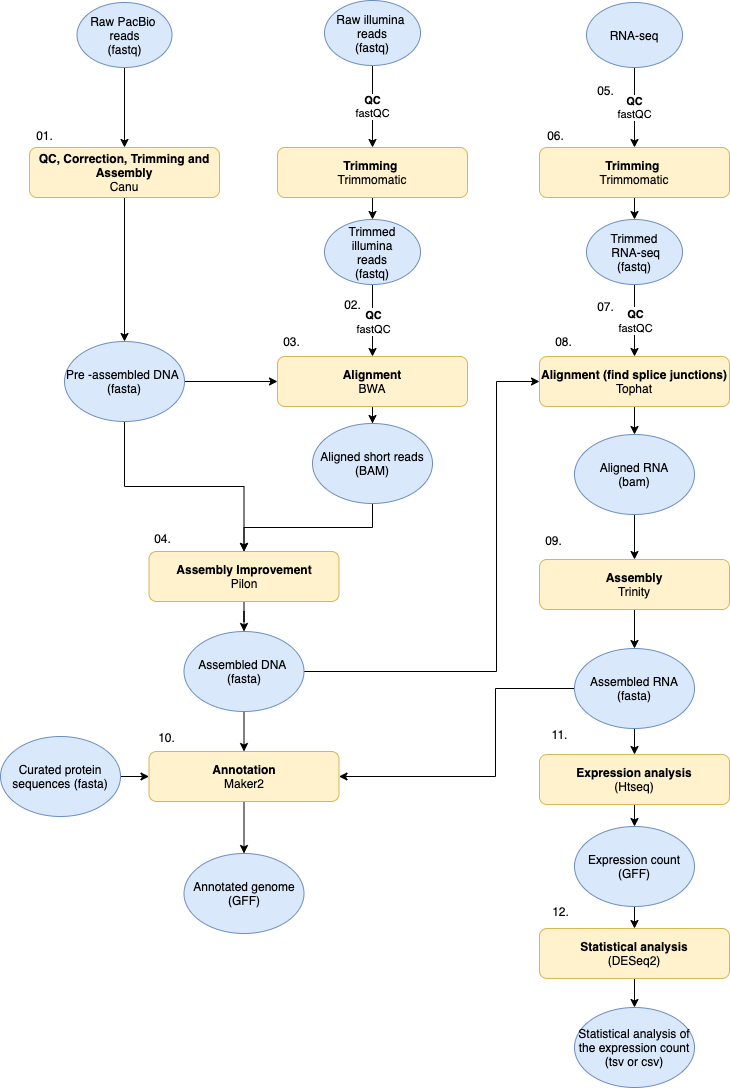
Before: images/Project_plan.png, a diagram exported from draw.io (erik-burger/erik_burger_genome_analysis). Source tidied: cells renumbered, new cells last; positions are measured from the earlier drawing's top-left corner, leaving out a move shared by most shapes.
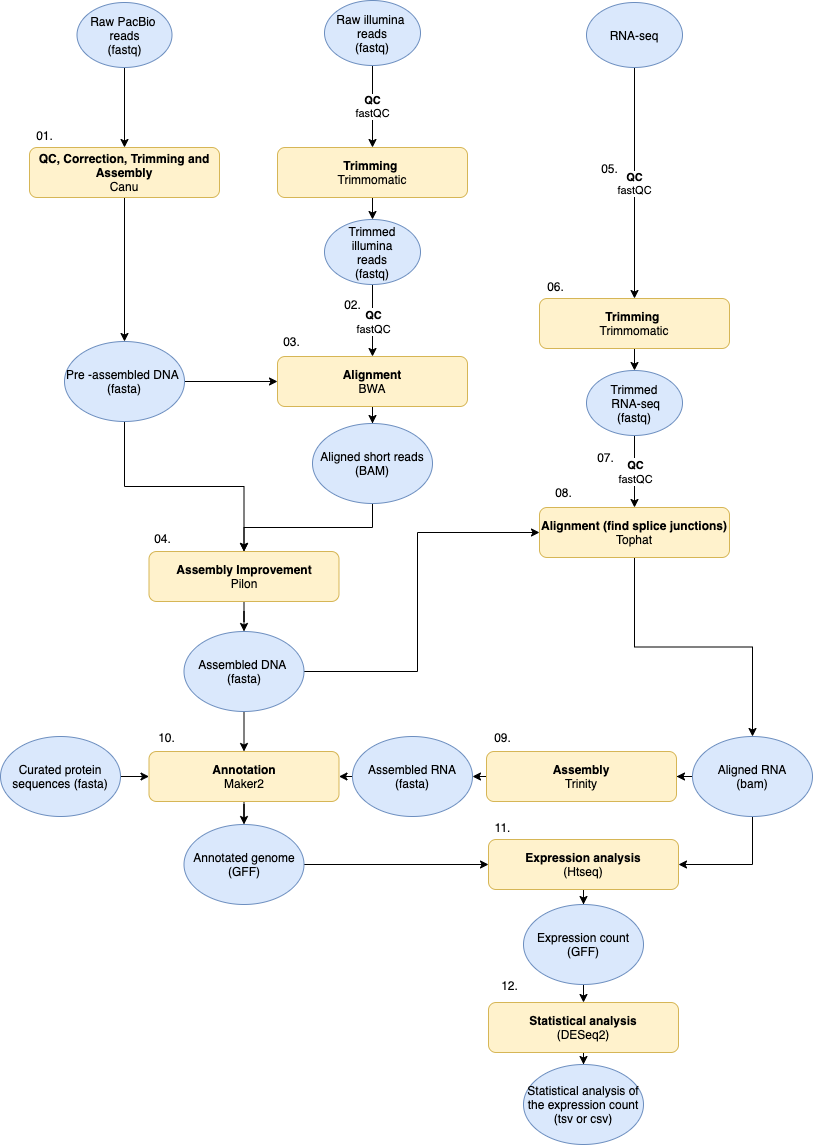
Later version of the same file.

Diff of the diagram source:
```diff
@@ -50,8 +50,8 @@
     <mxCell id="17" style="edgeStyle=orthogonalEdgeStyle;rounded=0;jettySize=auto;html=1;entryX=0;entryY=0.5;entryDx=0;entryDy=0;" parent="1" edge="1" source="18" target="22">
       <mxGeometry relative="1" as="geometry">
         <Array as="points">
-          <mxPoint x="496" y="671" />
-          <mxPoint x="496" y="381" />
+          <mxPoint x="417" y="671" />
+          <mxPoint x="417" y="532" />
         </Array>
       </mxGeometry>
     </mxCell>
@@ -68,16 +68,19 @@
       <mxGeometry relative="1" as="geometry" />
     </mxCell>
     <mxCell id="22" value="&lt;b&gt;Alignment (find splice junctions)&lt;/b&gt;&lt;br&gt;Tophat" style="rounded=1;whiteSpace=wrap;html=1;fillColor=#fff2cc;strokeColor=#d6b656;" parent="1" vertex="1">
-      <mxGeometry x="539" y="356" width="190" height="50" as="geometry" />
+      <mxGeometry x="539" y="507" width="190" height="50" as="geometry" />
     </mxCell>
     <mxCell id="23" value="&lt;span style=&quot;color: rgba(0 , 0 , 0 , 0) ; font-family: monospace ; font-size: 0px&quot;&gt;%3CmxGraphModel%3E%3Croot%3E%3CmxCell%20id%3D%220%22%2F%3E%3CmxCell%20id%3D%221%22%20parent%3D%220%22%2F%3E%3CmxCell%20id%3D%222%22%20value%3D%22QC%20and%20assembled%20DNA%26amp%3Bnbsp%3B%26lt%3Bbr%26gt%3B(fasta%20or%20.gfa)%22%20style%3D%22ellipse%3BwhiteSpace%3Dwrap%3Bhtml%3D1%3B%22%20vertex%3D%221%22%20parent%3D%221%22%3E%3CmxGeometry%20x%3D%22125%22%20y%3D%22350%22%20width%3D%22120%22%20height%3D%2280%22%20as%3D%22geometry%22%2F%3E%3C%2FmxCell%3E%3C%2Froot%3E%3C%2FmxGraphModel%3E&lt;/span&gt;" style="text;html=1;align=center;verticalAlign=middle;" parent="1" vertex="1">
-      <mxGeometry x="670" y="796" width="20" height="20" as="geometry" />
+      <mxGeometry x="658.5" y="1000" width="20" height="20" as="geometry" />
     </mxCell>
-    <mxCell id="24" style="edgeStyle=orthogonalEdgeStyle;rounded=0;jettySize=auto;html=1;entryX=0.5;entryY=0;entryDx=0;entryDy=0;" parent="1" edge="1" source="25" target="33">
+    <mxCell id="24" style="edgeStyle=orthogonalEdgeStyle;rounded=0;jettySize=auto;html=1;exitX=0;exitY=0.5;exitDx=0;exitDy=0;" parent="1" edge="1" source="25" target="33">
       <mxGeometry relative="1" as="geometry" />
     </mxCell>
+    <mxCell id="67" style="edgeStyle=orthogonalEdgeStyle;rounded=0;jettySize=auto;html=1;exitX=0.5;exitY=1;exitDx=0;exitDy=0;entryX=1;entryY=0.5;entryDx=0;entryDy=0;" parent="1" edge="1" source="25" target="39">
+      <mxGeometry relative="1" as="geometry" />
+    </mxCell>
     <mxCell id="25" value="Aligned RNA&lt;br&gt;(bam)" style="ellipse;whiteSpace=wrap;html=1;fillColor=#dae8fc;strokeColor=#6c8ebf;" parent="1" vertex="1">
-      <mxGeometry x="574" y="434" width="120" height="80" as="geometry" />
+      <mxGeometry x="692" y="736" width="120" height="80" as="geometry" />
     </mxCell>
     <mxCell id="26" style="edgeStyle=orthogonalEdgeStyle;rounded=0;jettySize=auto;html=1;" parent="1" edge="1" source="27" target="37">
       <mxGeometry relative="1" as="geometry" />
@@ -97,40 +100,37 @@
     <mxCell id="31" value="Aligned short reads (BAM)" style="ellipse;whiteSpace=wrap;html=1;fillColor=#dae8fc;strokeColor=#6c8ebf;" parent="1" vertex="1">
       <mxGeometry x="312" y="423" width="120" height="80" as="geometry" />
     </mxCell>
-    <mxCell id="32" style="edgeStyle=orthogonalEdgeStyle;rounded=0;jettySize=auto;html=1;entryX=0.5;entryY=0;entryDx=0;entryDy=0;" parent="1" edge="1" source="33" target="36">
+    <mxCell id="32" style="edgeStyle=orthogonalEdgeStyle;rounded=0;jettySize=auto;html=1;exitX=0;exitY=0.5;exitDx=0;exitDy=0;entryX=1;entryY=0.5;entryDx=0;entryDy=0;" parent="1" edge="1" source="33" target="36">
       <mxGeometry relative="1" as="geometry" />
     </mxCell>
     <mxCell id="33" value="&lt;b&gt;Assembly&lt;/b&gt;&lt;br&gt;Trinity" style="rounded=1;whiteSpace=wrap;html=1;fillColor=#fff2cc;strokeColor=#d6b656;" parent="1" vertex="1">
-      <mxGeometry x="539" y="559" width="190" height="50" as="geometry" />
+      <mxGeometry x="486" y="751" width="190" height="50" as="geometry" />
     </mxCell>
-    <mxCell id="34" style="edgeStyle=orthogonalEdgeStyle;rounded=0;jettySize=auto;html=1;entryX=1;entryY=0.5;entryDx=0;entryDy=0;exitX=0;exitY=0.5;exitDx=0;exitDy=0;" parent="1" edge="1" source="36" target="27">
-      <mxGeometry relative="1" as="geometry">
-        <Array as="points">
-          <mxPoint x="495" y="688" />
-          <mxPoint x="495" y="776" />
-        </Array>
-      </mxGeometry>
+    <mxCell id="34" style="edgeStyle=orthogonalEdgeStyle;rounded=0;jettySize=auto;html=1;exitX=0;exitY=0.5;exitDx=0;exitDy=0;entryX=1;entryY=0.5;entryDx=0;entryDy=0;" parent="1" edge="1" source="36" target="27">
+      <mxGeometry relative="1" as="geometry" />
     </mxCell>
-    <mxCell id="35" style="edgeStyle=orthogonalEdgeStyle;rounded=0;jettySize=auto;html=1;entryX=0.5;entryY=0;entryDx=0;entryDy=0;" parent="1" edge="1" source="36" target="39">
-      <mxGeometry relative="1" as="geometry" />
-    </mxCell>
     <mxCell id="36" value="Assembled RNA&lt;br&gt;(fasta)" style="ellipse;whiteSpace=wrap;html=1;fillColor=#dae8fc;strokeColor=#6c8ebf;" parent="1" vertex="1">
-      <mxGeometry x="574" y="648" width="120" height="80" as="geometry" />
+      <mxGeometry x="352" y="736" width="120" height="80" as="geometry" />
     </mxCell>
+    <mxCell id="68" style="edgeStyle=orthogonalEdgeStyle;rounded=0;jettySize=auto;html=1;exitX=1;exitY=0.5;exitDx=0;exitDy=0;entryX=0;entryY=0.5;entryDx=0;entryDy=0;" parent="1" edge="1" source="37" target="39">
+      <mxGeometry relative="1" as="geometry" />
+    </mxCell>
     <mxCell id="37" value="Annotated genome&lt;br&gt;(GFF)" style="ellipse;whiteSpace=wrap;html=1;fillColor=#dae8fc;strokeColor=#6c8ebf;" parent="1" vertex="1">
-      <mxGeometry x="183.5" y="853" width="120" height="80" as="geometry" />
+      <mxGeometry x="183.5" y="824" width="120" height="80" as="geometry" />
     </mxCell>
     <mxCell id="38" style="edgeStyle=orthogonalEdgeStyle;rounded=0;jettySize=auto;html=1;entryX=0.5;entryY=0;entryDx=0;entryDy=0;" parent="1" edge="1" source="39" target="41">
       <mxGeometry relative="1" as="geometry" />
     </mxCell>
     <mxCell id="39" value="&lt;b&gt;Expression analysis&lt;/b&gt;&lt;br&gt;(Htseq)" style="rounded=1;whiteSpace=wrap;html=1;fillColor=#fff2cc;strokeColor=#d6b656;" parent="1" vertex="1">
-      <mxGeometry x="539" y="754" width="190" height="50" as="geometry" />
+      <mxGeometry x="488" y="839" width="190" height="50" as="geometry" />
     </mxCell>
-    <mxCell id="40" style="edgeStyle=orthogonalEdgeStyle;rounded=0;jettySize=auto;html=1;entryX=0.5;entryY=0;entryDx=0;entryDy=0;" parent="1" edge="1" source="41" target="53">
-      <mxGeometry relative="1" as="geometry" />
+    <mxCell id="40" style="edgeStyle=orthogonalEdgeStyle;rounded=0;jettySize=auto;html=1;entryX=0.5;entryY=0;entryDx=0;entryDy=0;" parent="1" edge="1" target="53">
+      <mxGeometry relative="1" as="geometry">
+        <mxPoint x="583" y="971" as="sourcePoint" />
+      </mxGeometry>
     </mxCell>
     <mxCell id="41" value="Expression count&lt;br&gt;(GFF)" style="ellipse;whiteSpace=wrap;html=1;fillColor=#dae8fc;strokeColor=#6c8ebf;" parent="1" vertex="1">
-      <mxGeometry x="574" y="826" width="120" height="80" as="geometry" />
+      <mxGeometry x="523" y="904" width="120" height="80" as="geometry" />
     </mxCell>
     <mxCell id="42" style="edgeStyle=orthogonalEdgeStyle;rounded=0;jettySize=auto;html=1;entryX=0.5;entryY=0;entryDx=0;entryDy=0;" parent="1" edge="1" source="43" target="48">
       <mxGeometry relative="1" as="geometry" />
@@ -142,7 +142,7 @@
       <mxGeometry relative="1" as="geometry" />
     </mxCell>
     <mxCell id="45" value="&lt;b&gt;Trimming&lt;/b&gt;&amp;nbsp;&lt;br&gt;Trimmomatic" style="rounded=1;whiteSpace=wrap;html=1;fillColor=#fff2cc;strokeColor=#d6b656;" parent="1" vertex="1">
-      <mxGeometry x="539" y="147" width="190" height="50" as="geometry" />
+      <mxGeometry x="539" y="298" width="190" height="50" as="geometry" />
     </mxCell>
     <mxCell id="46" style="edgeStyle=orthogonalEdgeStyle;rounded=0;jettySize=auto;html=1;entryX=0.5;entryY=0;entryDx=0;entryDy=0;" parent="1" edge="1" source="48" target="7">
       <mxGeometry relative="1" as="geometry" />
@@ -164,16 +164,16 @@
       </mxGeometry>
     </mxCell>
     <mxCell id="51" value="&lt;span style=&quot;white-space: nowrap&quot;&gt;Trimmed&lt;br&gt;&amp;nbsp;RNA-seq&lt;/span&gt;&lt;br&gt;(fastq)" style="ellipse;whiteSpace=wrap;html=1;fillColor=#dae8fc;strokeColor=#6c8ebf;" parent="1" vertex="1">
-      <mxGeometry x="586" y="219" width="96" height="65" as="geometry" />
+      <mxGeometry x="586" y="370" width="96" height="65" as="geometry" />
     </mxCell>
     <mxCell id="52" style="edgeStyle=orthogonalEdgeStyle;rounded=0;jettySize=auto;html=1;entryX=0.5;entryY=0;entryDx=0;entryDy=0;" parent="1" edge="1" source="53" target="54">
       <mxGeometry relative="1" as="geometry" />
     </mxCell>
     <mxCell id="53" value="&lt;b&gt;Statistical analysis&lt;/b&gt;&lt;br&gt;(DESeq2)" style="rounded=1;whiteSpace=wrap;html=1;fillColor=#fff2cc;strokeColor=#d6b656;" parent="1" vertex="1">
-      <mxGeometry x="539" y="928" width="190" height="50" as="geometry" />
+      <mxGeometry x="488" y="1002" width="190" height="50" as="geometry" />
     </mxCell>
     <mxCell id="54" value="Statistical analysis of the expression count&lt;br&gt;(tsv or csv)" style="ellipse;whiteSpace=wrap;html=1;fillColor=#dae8fc;strokeColor=#6c8ebf;" parent="1" vertex="1">
-      <mxGeometry x="574" y="1007" width="120" height="80" as="geometry" />
+      <mxGeometry x="523" y="1064" width="120" height="80" as="geometry" />
     </mxCell>
     <mxCell id="55" value="01." style="text;html=1;align=center;verticalAlign=middle;" parent="1" vertex="1">
       <mxGeometry x="30" y="126" width="27" height="18" as="geometry" />
@@ -188,28 +188,28 @@
       <mxGeometry x="148.5" y="529" width="27" height="18" as="geometry" />
     </mxCell>
     <mxCell id="59" value="05." style="text;html=1;align=center;verticalAlign=middle;" parent="1" vertex="1">
-      <mxGeometry x="591" y="81" width="27" height="18" as="geometry" />
+      <mxGeometry x="595" y="159" width="27" height="18" as="geometry" />
     </mxCell>
     <mxCell id="60" value="06." style="text;html=1;align=center;verticalAlign=middle;" parent="1" vertex="1">
-      <mxGeometry x="541" y="126" width="27" height="18" as="geometry" />
+      <mxGeometry x="541" y="277" width="27" height="18" as="geometry" />
     </mxCell>
     <mxCell id="61" value="07.&lt;span style=&quot;font-family: monospace ; font-size: 0px&quot;&gt;%3CmxGraphModel%3E%3Croot%3E%3CmxCell%20id%3D%220%22%2F%3E%3CmxCell%20id%3D%221%22%20parent%3D%220%22%2F%3E%3CmxCell%20id%3D%222%22%20value%3D%2206.%22%20style%3D%22text%3Bhtml%3D1%3Balign%3Dcenter%3BverticalAlign%3Dmiddle%3Bresizable%3D0%3Bpoints%3D%5B%5D%3Bautosize%3D1%3B%22%20vertex%3D%221%22%20parent%3D%221%22%3E%3CmxGeometry%20x%3D%22552%22%20y%3D%22144%22%20width%3D%2227%22%20height%3D%2218%22%20as%3D%22geometry%22%2F%3E%3C%2FmxCell%3E%3C%2Froot%3E%3C%2FmxGraphModel%3E&lt;/span&gt;" style="text;html=1;align=center;verticalAlign=middle;" parent="1" vertex="1">
-      <mxGeometry x="591" y="295" width="27" height="22" as="geometry" />
+      <mxGeometry x="591" y="446" width="27" height="22" as="geometry" />
     </mxCell>
     <mxCell id="62" value="08." style="text;html=1;align=center;verticalAlign=middle;" parent="1" vertex="1">
-      <mxGeometry x="549" y="332" width="27" height="18" as="geometry" />
+      <mxGeometry x="549" y="483" width="27" height="18" as="geometry" />
     </mxCell>
     <mxCell id="63" value="09." style="text;html=1;align=center;verticalAlign=middle;" parent="1" vertex="1">
-      <mxGeometry x="539" y="531" width="27" height="18" as="geometry" />
+      <mxGeometry x="488" y="728" width="27" height="18" as="geometry" />
     </mxCell>
     <mxCell id="64" value="10." style="text;html=1;align=center;verticalAlign=middle;" parent="1" vertex="1">
       <mxGeometry x="152" y="728" width="27" height="18" as="geometry" />
     </mxCell>
     <mxCell id="65" value="11." style="text;html=1;align=center;verticalAlign=middle;" parent="1" vertex="1">
-      <mxGeometry x="546" y="725" width="26" height="18" as="geometry" />
+      <mxGeometry x="489" y="818" width="26" height="18" as="geometry" />
     </mxCell>
     <mxCell id="66" value="12." style="text;html=1;align=center;verticalAlign=middle;" parent="1" vertex="1">
-      <mxGeometry x="546" y="902" width="27" height="18" as="geometry" />
+      <mxGeometry x="495" y="976" width="27" height="18" as="geometry" />
     </mxCell>
   </root>
 </mxGraphModel>
```
